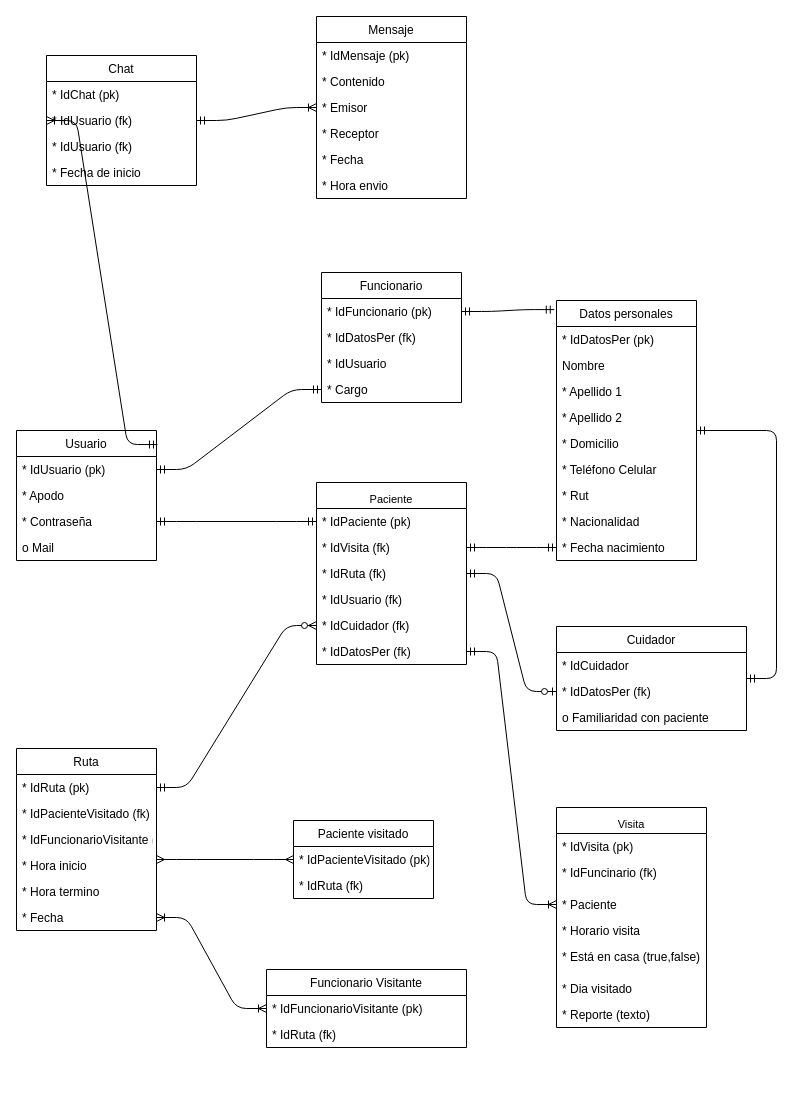
Before: Diagrama base de datos.drawio in Dev-Nico/HDG8, a draw.io diagram. Source tidied: cells renumbered, new cells numbered last; positions are measured from the earlier drawing's top-left corner, leaving out a move shared by most shapes. Both pictures are drawn from the tidied source at 100%, with x=0, y=0 at pixel (16, 16).
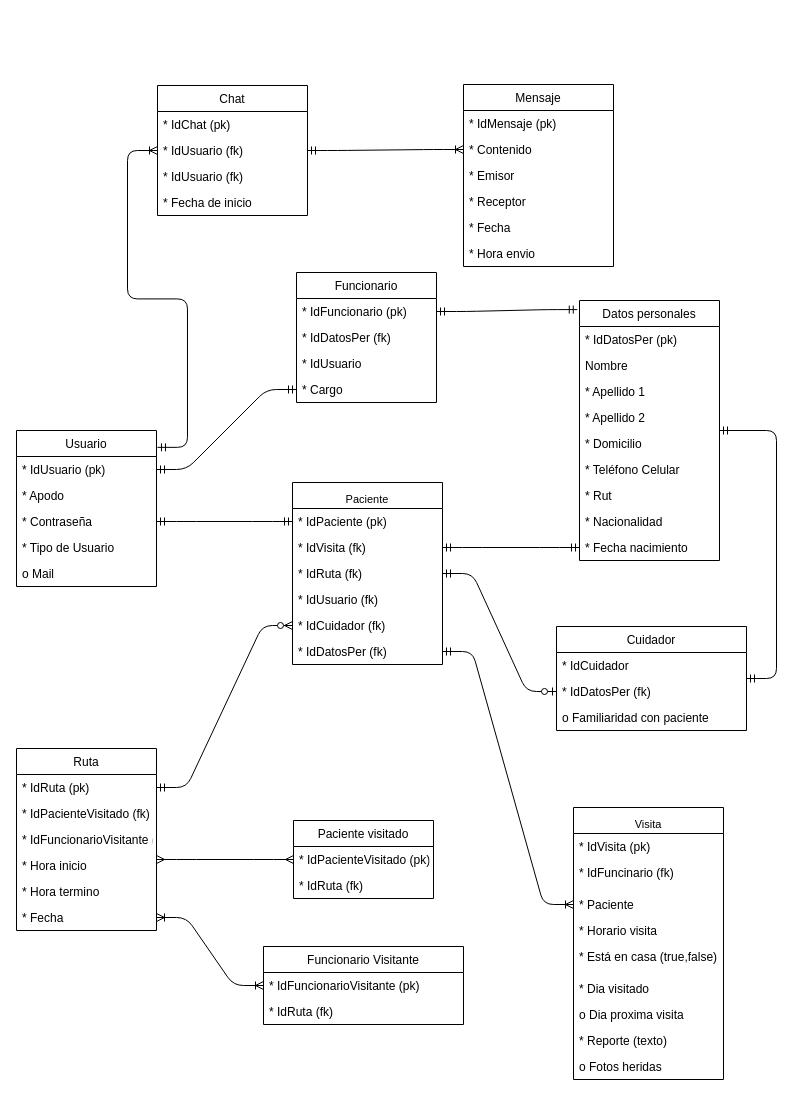
The same page after the edit.

Commit message:
se agrego a la tabla usuario el campo:tipo de usuario, tabla visita se agregaron los campos: dia proxima visita, fotos heridas

Unchanged cells that the change refers to:
```xml
<mxCell id="65" value="* IdUsuario (fk)" style="text;strokeColor=none;fillColor=none;align=left;verticalAlign=top;spacingLeft=4;spacingRight=4;overflow=hidden;points=[[0,0.5],[1,0.5]];portConstraint=eastwest;" parent="63" vertex="1">
  <mxGeometry y="52" width="150" height="26" as="geometry" />
</mxCell>
<mxCell id="70" value="* Contenido" style="text;strokeColor=none;fillColor=none;align=left;verticalAlign=top;spacingLeft=4;spacingRight=4;overflow=hidden;points=[[0,0.5],[1,0.5]];portConstraint=eastwest;" parent="68" vertex="1">
  <mxGeometry y="52" width="150" height="26" as="geometry" />
</mxCell>
<mxCell id="71" value="* Emisor" style="text;strokeColor=none;fillColor=none;align=left;verticalAlign=top;spacingLeft=4;spacingRight=4;overflow=hidden;points=[[0,0.5],[1,0.5]];portConstraint=eastwest;" parent="68" vertex="1">
  <mxGeometry y="78" width="150" height="26" as="geometry" />
</mxCell>
```

The edit, as a diff of the source:
```diff
@@
     <mxCell id="2" value="Paciente" style="swimlane;fontStyle=0;horizontal=1;startSize=26;fillColor=none;verticalAlign=bottom;fontSize=11;" parent="1" vertex="1">
-      <mxGeometry x="300" y="466" width="150" height="182" as="geometry" />
+      <mxGeometry x="276" y="466" width="150" height="182" as="geometry" />
     </mxCell>
@@
     <mxCell id="9" value="Funcionario" style="swimlane;fontStyle=0;horizontal=1;startSize=26;fillColor=none;" parent="1" vertex="1">
-      <mxGeometry x="305" y="256" width="140" height="130" as="geometry" />
+      <mxGeometry x="280" y="256" width="140" height="130" as="geometry" />
     </mxCell>
@@
     <mxCell id="14" value="Visita" style="swimlane;fontStyle=0;horizontal=1;startSize=26;fillColor=none;verticalAlign=bottom;fontSize=11;" parent="1" vertex="1">
-      <mxGeometry x="540" y="791" width="150" height="220" as="geometry" />
+      <mxGeometry x="557" y="791" width="150" height="272" as="geometry" />
     </mxCell>
@@
+    <mxCell id="78" value="o Dia proxima visita" style="text;strokeColor=none;fillColor=none;align=left;verticalAlign=top;spacingLeft=4;spacingRight=4;overflow=hidden;" parent="14" vertex="1">
+      <mxGeometry y="194" width="150" height="26" as="geometry" />
+    </mxCell>
     <mxCell id="21" value="* Reporte (texto)" style="text;strokeColor=none;fillColor=none;align=left;verticalAlign=top;spacingLeft=4;spacingRight=4;overflow=hidden;" parent="14" vertex="1">
-      <mxGeometry y="194" width="150" height="26" as="geometry" />
+      <mxGeometry y="220" width="150" height="26" as="geometry" />
     </mxCell>
+    <mxCell id="79" value="o Fotos heridas" style="text;strokeColor=none;fillColor=none;align=left;verticalAlign=top;spacingLeft=4;spacingRight=4;overflow=hidden;" parent="14" vertex="1">
+      <mxGeometry y="246" width="150" height="26" as="geometry" />
+    </mxCell>
@@
     <mxCell id="30" value="Usuario" style="swimlane;fontStyle=0;horizontal=1;startSize=26;fillColor=none;" parent="1" vertex="1">
-      <mxGeometry y="414" width="140" height="130" as="geometry" />
+      <mxGeometry y="414" width="140" height="156" as="geometry" />
     </mxCell>
@@
+    <mxCell id="80" value="* Tipo de Usuario" style="text;strokeColor=none;fillColor=none;align=left;verticalAlign=top;spacingLeft=4;spacingRight=4;overflow=hidden;" parent="30" vertex="1">
+      <mxGeometry y="104" width="140" height="26" as="geometry" />
+    </mxCell>
     <mxCell id="34" value="o Mail" style="text;strokeColor=none;fillColor=none;align=left;verticalAlign=top;spacingLeft=4;spacingRight=4;overflow=hidden;" parent="30" vertex="1">
-      <mxGeometry y="104" width="140" height="26" as="geometry" />
+      <mxGeometry y="130" width="140" height="26" as="geometry" />
     </mxCell>
@@
     <mxCell id="47" value="Funcionario Visitante" style="swimlane;fontStyle=0;horizontal=1;startSize=26;fillColor=none;" parent="1" vertex="1">
-      <mxGeometry x="250" y="953" width="200" height="78" as="geometry" />
+      <mxGeometry x="247" y="930" width="200" height="78" as="geometry" />
     </mxCell>
@@
     <mxCell id="52" value="Datos personales" style="swimlane;fontStyle=0;horizontal=1;startSize=26;fillColor=none;" parent="1" vertex="1">
-      <mxGeometry x="540" y="284" width="140" height="260" as="geometry" />
+      <mxGeometry x="563" y="284" width="140" height="260" as="geometry" />
     </mxCell>
@@
     <mxCell id="63" value="Chat" style="swimlane;fontStyle=0;horizontal=1;startSize=26;fillColor=none;" parent="1" vertex="1">
-      <mxGeometry x="30" y="39" width="150" height="130" as="geometry" />
+      <mxGeometry x="141" y="69" width="150" height="130" as="geometry" />
     </mxCell>
@@
     <mxCell id="68" value="Mensaje" style="swimlane;fontStyle=0;horizontal=1;startSize=26;fillColor=none;" parent="1" vertex="1">
-      <mxGeometry x="300" width="150" height="182" as="geometry" />
+      <mxGeometry x="447" y="68" width="150" height="182" as="geometry" />
     </mxCell>
@@
-    <mxCell id="76" style="edgeStyle=entityRelationEdgeStyle;jettySize=auto;html=1;startArrow=ERmandOne;startFill=0;endArrow=ERoneToMany;endFill=0;rounded=1;" parent="1" edge="1" source="65" target="71">
+    <mxCell id="76" style="edgeStyle=entityRelationEdgeStyle;jettySize=auto;html=1;startArrow=ERmandOne;startFill=0;endArrow=ERoneToMany;endFill=0;rounded=1;entryX=0;entryY=0.5;entryDx=0;entryDy=0;" parent="1" edge="1" source="65" target="70">
       <mxGeometry relative="1" as="geometry" />
     </mxCell>
```
